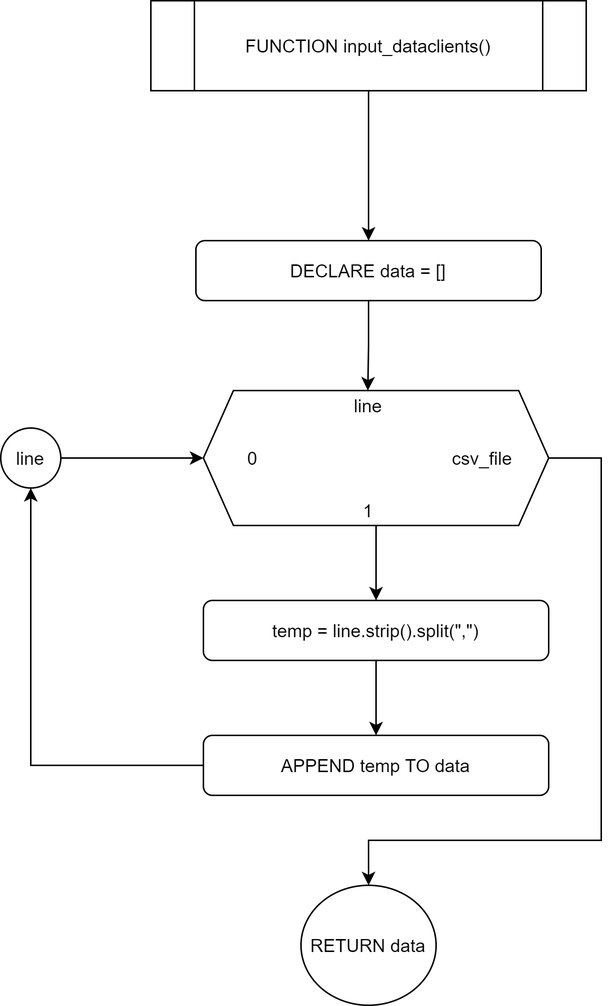
Above: Flowchart/default/input_dataclients.png in RabbitBear00/Car-Rental-System (draw.io), before the change. Source tidied: cells renumbered, new cells last; positions are measured from the earlier drawing's top-left corner, leaving out a move shared by most shapes.
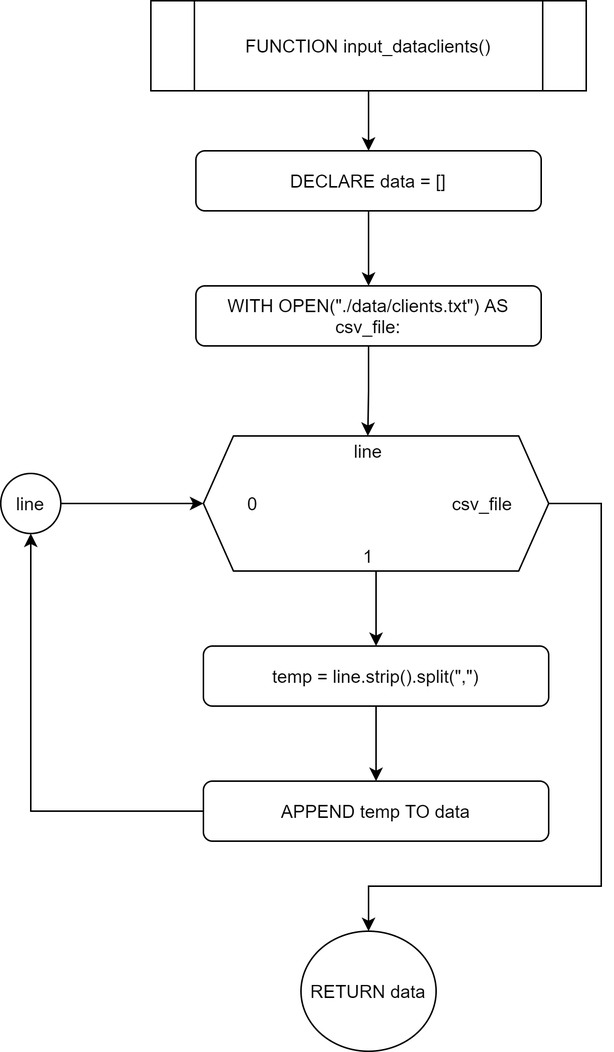
The same diagram one commit later.

Change to the diagram source:
```diff
@@ -2,11 +2,11 @@
   <root>
     <mxCell id="0" />
     <mxCell id="1" parent="0" />
-    <mxCell id="2" style="edgeStyle=orthogonalEdgeStyle;rounded=0;jettySize=auto;html=1;entryX=0.5;entryY=0;entryDx=0;entryDy=0;" parent="1" edge="1" source="3" target="6">
-      <mxGeometry relative="1" as="geometry" />
-    </mxCell>
+    <mxCell id="21" style="edgeStyle=orthogonalEdgeStyle;rounded=0;jettySize=auto;html=1;" parent="1" edge="1" source="3" target="23">
+      <mxGeometry relative="1" as="geometry" />
+    </mxCell>
     <mxCell id="3" value="FUNCTION input_dataclients()" style="shape=process;whiteSpace=wrap;html=1;backgroundOutline=1;" parent="1" vertex="1">
-      <mxGeometry x="100" width="290" height="60" as="geometry" />
+      <mxGeometry x="100" y="-30" width="290" height="60" as="geometry" />
     </mxCell>
     <mxCell id="4" value="RETURN data" style="ellipse;whiteSpace=wrap;html=1;" parent="1" vertex="1">
       <mxGeometry x="200" y="590" width="90" height="80" as="geometry" />
@@ -14,7 +14,7 @@
     <mxCell id="5" style="edgeStyle=orthogonalEdgeStyle;rounded=0;jettySize=auto;html=1;entryX=0.5;entryY=0;entryDx=0;entryDy=0;" parent="1" edge="1" source="6" target="9">
       <mxGeometry relative="1" as="geometry" />
     </mxCell>
-    <mxCell id="6" value="DECLARE data = []" style="rounded=1;whiteSpace=wrap;html=1;" parent="1" vertex="1">
+    <mxCell id="6" value="WITH OPEN(&quot;./data/clients.txt&quot;) AS csv_file:" style="rounded=1;whiteSpace=wrap;html=1;" parent="1" vertex="1">
       <mxGeometry x="130" y="160" width="230" height="40" as="geometry" />
     </mxCell>
     <mxCell id="7" style="group;" parent="1" vertex="1">
@@ -65,5 +65,11 @@
         </Array>
       </mxGeometry>
     </mxCell>
+    <mxCell id="22" style="edgeStyle=orthogonalEdgeStyle;rounded=0;jettySize=auto;html=1;" parent="1" edge="1" source="23" target="6">
+      <mxGeometry relative="1" as="geometry" />
+    </mxCell>
+    <mxCell id="23" value="DECLARE data = []" style="rounded=1;whiteSpace=wrap;html=1;" parent="1" vertex="1">
+      <mxGeometry x="130" y="70" width="230" height="40" as="geometry" />
+    </mxCell>
   </root>
 </mxGraphModel>
```
